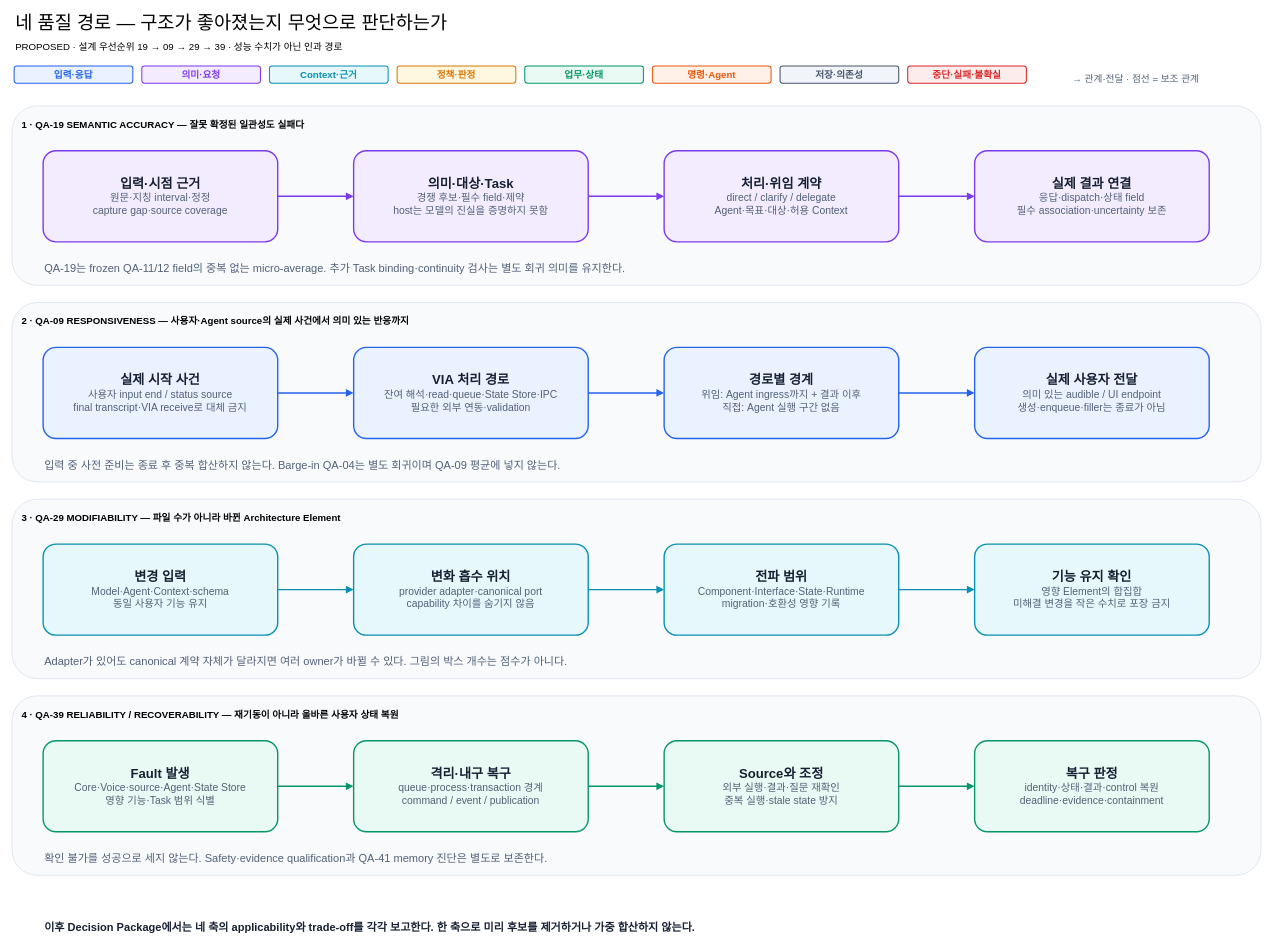
cbyche/via-sw-architecture keeps this draw.io diagram as docs/architecture/12-decisions/target-architecture/diagrams/07-four-asr-critical-paths.drawio. Above is the earlier version. Source tidied: cells renumbered, new cells numbered last; positions are measured from the earlier drawing's top-left corner, leaving out a move shared by most shapes. Both pictures are drawn from the tidied source at 69%, with x=0, y=0 at pixel (12, 12).
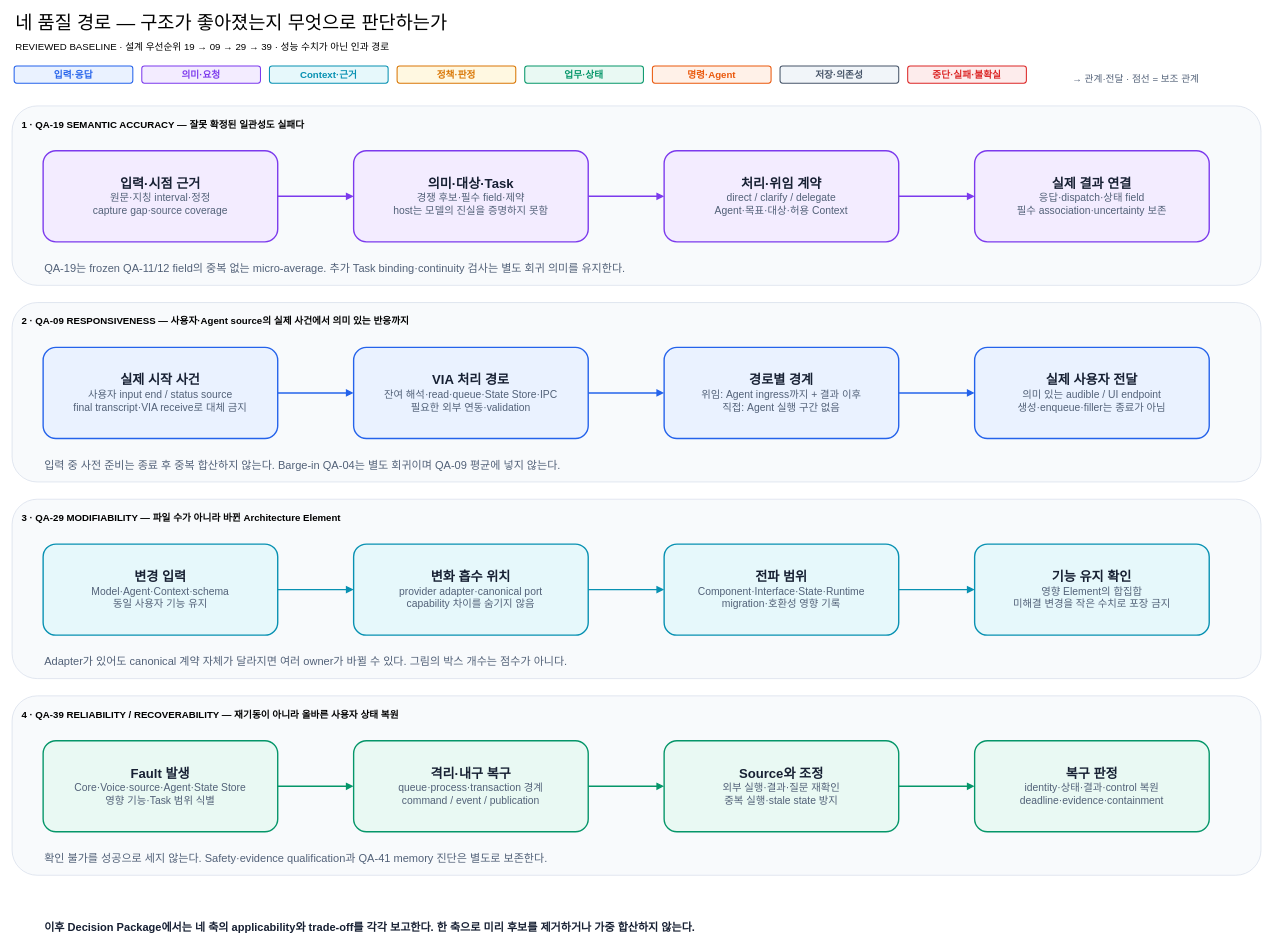
Above is the later version.

The edit, as a diff of the source:
```diff
@@
-    <mxCell id="49" value="PROPOSED · 설계 우선순위 19 → 09 → 29 → 39 · 성능 수치가 아닌 인과 경로" style="text;html=1;align=left;verticalAlign=middle;strokeColor=none;fillColor=none;fontSize=14;" parent="1" vertex="1">
+    <mxCell id="49" value="REVIEWED BASELINE · 설계 우선순위 19 → 09 → 29 → 39 · 성능 수치가 아닌 인과 경로" style="text;html=1;align=left;verticalAlign=middle;strokeColor=none;fillColor=none;fontSize=14;" parent="1" vertex="1">
       <mxGeometry x="3" y="34" width="1804" height="30" as="geometry" />
     </mxCell>
```
